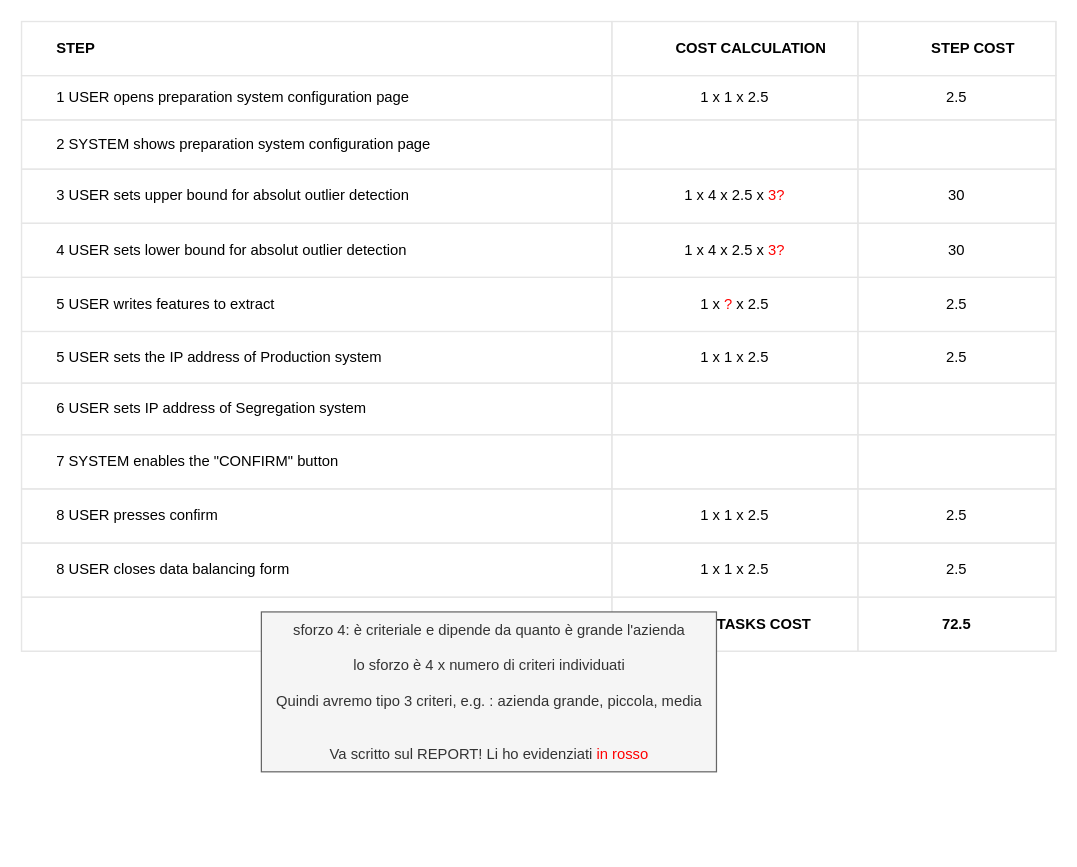
Before: configure/preparation system (CAPE)/preparation_system_table.drawio in BaffoBello14/AutomaticDamagesRecognition, a draw.io diagram. Source tidied: cells renumbered, new cells numbered last; positions are measured from the earlier drawing's top-left corner, leaving out a move shared by most shapes. Both pictures are drawn from the tidied source at 123%, with x=0, y=0 at pixel (21, 21).
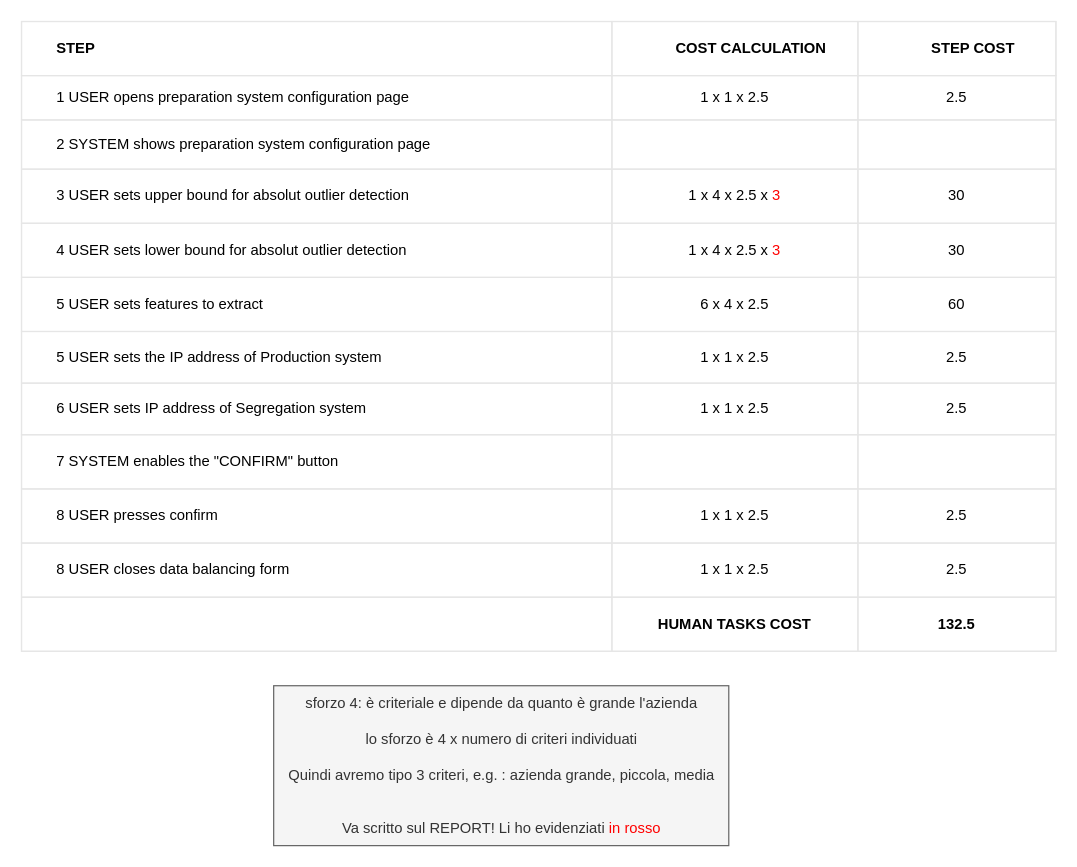
The same page after the edit.

The change refers to these unchanged cells:
```xml
<mxCell id="15" style="shape=tableRow;horizontal=0;startSize=0;swimlaneHead=0;swimlaneBody=0;top=0;left=0;bottom=0;right=0;fontStyle=0;fillColor=none;strokeColor=inherit;align=center;" parent="2" vertex="1">
  <mxGeometry y="120" width="841" height="44" as="geometry" />
</mxCell>
<mxCell id="19" style="shape=tableRow;horizontal=0;startSize=0;swimlaneHead=0;swimlaneBody=0;top=0;left=0;bottom=0;right=0;fontStyle=0;fillColor=none;strokeColor=inherit;align=center;" parent="2" vertex="1">
  <mxGeometry y="164" width="841" height="44" as="geometry" />
</mxCell>
<mxCell id="23" style="shape=tableRow;horizontal=0;startSize=0;swimlaneHead=0;swimlaneBody=0;top=0;left=0;bottom=0;right=0;fontStyle=0;fillColor=none;strokeColor=inherit;align=center;" parent="2" vertex="1">
  <mxGeometry y="208" width="841" height="44" as="geometry" />
</mxCell>
<mxCell id="31" style="shape=tableRow;horizontal=0;startSize=0;swimlaneHead=0;swimlaneBody=0;top=0;left=0;bottom=0;right=0;fontStyle=0;fillColor=none;strokeColor=inherit;align=center;" parent="2" vertex="1">
  <mxGeometry y="294" width="841" height="42" as="geometry" />
</mxCell>
<mxCell id="47" style="shape=tableRow;horizontal=0;startSize=0;swimlaneHead=0;swimlaneBody=0;top=0;left=0;bottom=0;right=0;fontStyle=0;fillColor=none;strokeColor=inherit;align=center;" parent="2" vertex="1">
  <mxGeometry y="468" width="841" height="44" as="geometry" />
</mxCell>
```

What changed in the source:
```diff
@@
-    <mxCell id="17" value="1 x 4 x 2.5 x &lt;font color=&quot;#ff0000&quot;&gt;3?&lt;/font&gt;" style="strokeColor=inherit;fillColor=none;align=center;whiteSpace=wrap;html=1;" parent="15" vertex="1">
+    <mxCell id="17" value="1 x 4 x 2.5 x &lt;font color=&quot;#ff0000&quot;&gt;3&lt;/font&gt;" style="strokeColor=inherit;fillColor=none;align=center;whiteSpace=wrap;html=1;" parent="15" vertex="1">
       <mxGeometry x="480" width="200" height="44" as="geometry" />
     </mxCell>
@@
-    <mxCell id="21" value="1 x 4 x 2.5 x &lt;font color=&quot;#ff0000&quot;&gt;3?&lt;/font&gt;" style="strokeColor=inherit;fillColor=none;align=center;whiteSpace=wrap;html=1;" parent="19" vertex="1">
+    <mxCell id="21" value="1 x 4 x 2.5 x &lt;font color=&quot;#ff0000&quot;&gt;3&lt;/font&gt;" style="strokeColor=inherit;fillColor=none;align=center;whiteSpace=wrap;html=1;" parent="19" vertex="1">
       <mxGeometry x="480" width="200" height="44" as="geometry" />
     </mxCell>
@@
-    <mxCell id="24" value="&lt;span style=&quot;border-color: var(--border-color);&quot;&gt;&#9;&lt;/span&gt;&lt;span style=&quot;&quot;&gt;&#9;&lt;/span&gt;&lt;span style=&quot;white-space: pre;&quot;&gt;&#9;&lt;/span&gt;5&amp;nbsp;USER writes features to extract" style="strokeColor=inherit;fillColor=none;align=left;whiteSpace=wrap;html=1;labelPosition=center;verticalLabelPosition=middle;verticalAlign=middle;" parent="23" vertex="1">
+    <mxCell id="24" value="&lt;span style=&quot;border-color: var(--border-color);&quot;&gt;&#9;&lt;/span&gt;&lt;span style=&quot;&quot;&gt;&#9;&lt;/span&gt;&lt;span style=&quot;white-space: pre;&quot;&gt;&#9;&lt;/span&gt;5&amp;nbsp;USER sets features to extract" style="strokeColor=inherit;fillColor=none;align=left;whiteSpace=wrap;html=1;labelPosition=center;verticalLabelPosition=middle;verticalAlign=middle;" parent="23" vertex="1">
       <mxGeometry width="480" height="44" as="geometry" />
     </mxCell>
-    <mxCell id="25" value="1 x &lt;font color=&quot;#ff0000&quot;&gt;?&lt;/font&gt; x 2.5" style="strokeColor=inherit;fillColor=none;align=center;whiteSpace=wrap;html=1;" parent="23" vertex="1">
+    <mxCell id="25" value="6 x 4&amp;nbsp;x 2.5" style="strokeColor=inherit;fillColor=none;align=center;whiteSpace=wrap;html=1;" parent="23" vertex="1">
       <mxGeometry x="480" width="200" height="44" as="geometry" />
     </mxCell>
-    <mxCell id="26" value="2.5" style="strokeColor=inherit;fillColor=none;align=center;whiteSpace=wrap;html=1;" parent="23" vertex="1">
+    <mxCell id="26" value="60" style="strokeColor=inherit;fillColor=none;align=center;whiteSpace=wrap;html=1;" parent="23" vertex="1">
       <mxGeometry x="680" width="161" height="44" as="geometry" />
     </mxCell>
@@
-    <mxCell id="33" style="strokeColor=inherit;fillColor=none;align=center;whiteSpace=wrap;html=1;" parent="31" vertex="1">
+    <mxCell id="33" value="1 x 1 x 2.5" style="strokeColor=inherit;fillColor=none;align=center;whiteSpace=wrap;html=1;" parent="31" vertex="1">
       <mxGeometry x="480" width="200" height="42" as="geometry" />
     </mxCell>
-    <mxCell id="34" style="strokeColor=inherit;fillColor=none;align=center;whiteSpace=wrap;html=1;" parent="31" vertex="1">
+    <mxCell id="34" value="2.5" style="strokeColor=inherit;fillColor=none;align=center;whiteSpace=wrap;html=1;" parent="31" vertex="1">
       <mxGeometry x="680" width="161" height="42" as="geometry" />
     </mxCell>
@@
-    <mxCell id="50" value="72.5" style="strokeColor=inherit;fillColor=none;align=center;whiteSpace=wrap;html=1;fontStyle=1;" parent="47" vertex="1">
+    <mxCell id="50" value="132.5" style="strokeColor=inherit;fillColor=none;align=center;whiteSpace=wrap;html=1;fontStyle=1;" parent="47" vertex="1">
       <mxGeometry x="680" width="161" height="44" as="geometry" />
     </mxCell>
     <mxCell id="51" value="sforzo 4: è criteriale e dipende da quanto è grande l'azienda&lt;br&gt;&lt;br&gt;lo sforzo è 4 x numero di criteri individuati&lt;br&gt;&lt;br&gt;Quindi avremo tipo 3 criteri, e.g. : azienda grande, piccola, media&lt;br&gt;&lt;br&gt;&lt;br&gt;Va scritto sul REPORT! Li ho evidenziati &lt;font color=&quot;#ff0000&quot;&gt;in rosso&lt;/font&gt;" style="text;html=1;align=center;verticalAlign=middle;fillColor=#f5f5f5;fontColor=#333333;strokeColor=#666666;" parent="1" vertex="1">
-      <mxGeometry x="195" y="480" width="370" height="130" as="geometry" />
+      <mxGeometry x="205" y="540" width="370" height="130" as="geometry" />
     </mxCell>
```
